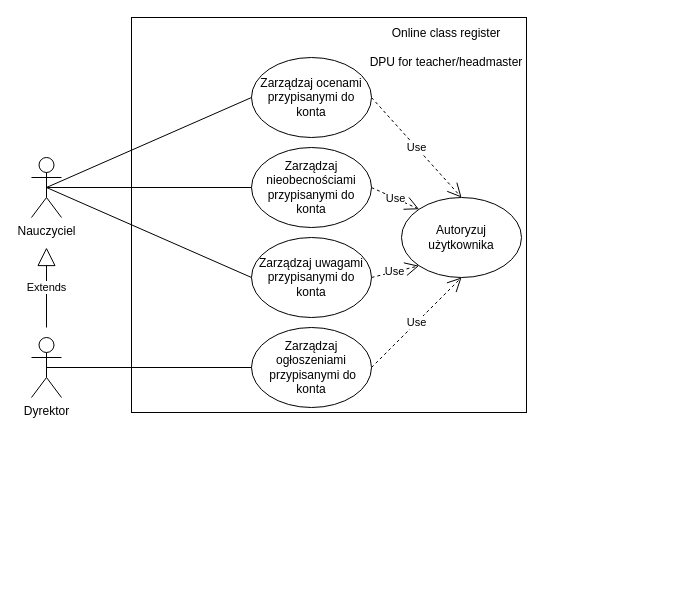
Before: Documentation/diagrams/drawio_executable/DPU_Teacher_Headmaster.drawio in CezaryDobrenko/online-grade-book, a draw.io diagram. Source tidied: cells renumbered, new cells numbered last; positions are measured from the earlier drawing's top-left corner, leaving out a move shared by most shapes. Both pictures are drawn from the tidied source at 100%, with x=0, y=0 at pixel (31, 17).
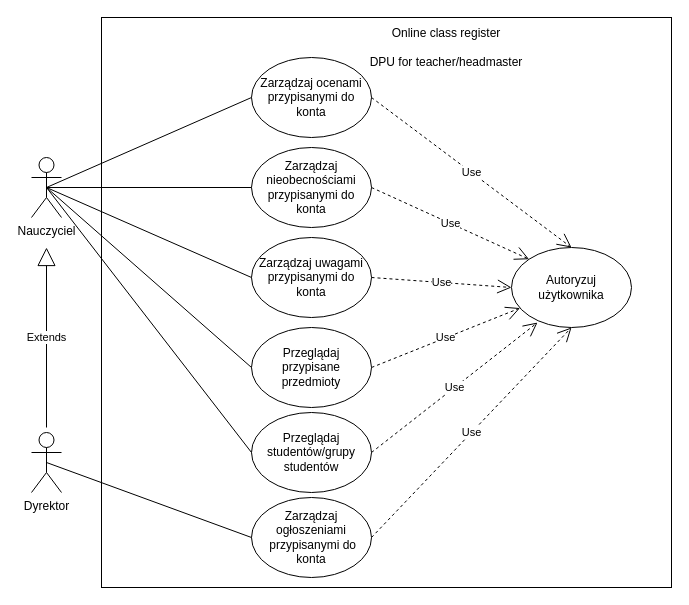
After the change.

The change refers to these unchanged cells:
```xml
<mxCell id="5" value="Nauczyciel" style="shape=umlActor;verticalLabelPosition=bottom;verticalAlign=top;html=1;outlineConnect=0;" parent="1" vertex="1">
  <mxGeometry y="140" width="30" height="60" as="geometry" />
</mxCell>
<mxCell id="7" value="Zarządzaj uwagami&lt;br&gt;przypisanymi do konta" style="ellipse;whiteSpace=wrap;html=1;" parent="1" vertex="1">
  <mxGeometry x="220" y="220" width="120" height="80" as="geometry" />
</mxCell>
```

The edit, as a diff of the source:
```diff
@@
     <mxCell id="2" style="whiteSpace=wrap;html=1;" parent="1" vertex="1">
-      <mxGeometry x="100" width="395" height="395" as="geometry" />
+      <mxGeometry x="70" width="570" height="570" as="geometry" />
     </mxCell>
@@
     <mxCell id="4" value="Dyrektor" style="shape=umlActor;verticalLabelPosition=bottom;verticalAlign=top;html=1;outlineConnect=0;" parent="1" vertex="1">
-      <mxGeometry y="320" width="30" height="60" as="geometry" />
+      <mxGeometry y="415" width="30" height="60" as="geometry" />
     </mxCell>
@@
     <mxCell id="6" value="Zarządzaj ogłoszeniami&lt;br&gt;&amp;nbsp;przypisanymi do konta" style="ellipse;whiteSpace=wrap;html=1;" parent="1" vertex="1">
-      <mxGeometry x="220" y="310" width="120" height="80" as="geometry" />
+      <mxGeometry x="220" y="480" width="120" height="80" as="geometry" />
     </mxCell>
@@
     <mxCell id="14" value="Extends" style="endArrow=block;endSize=16;endFill=0;html=1;" parent="1" edge="1">
       <mxGeometry relative="1" as="geometry">
-        <mxPoint x="15" y="310" as="sourcePoint" />
+        <mxPoint x="15" y="410" as="sourcePoint" />
         <mxPoint x="15" y="230" as="targetPoint" />
       </mxGeometry>
     </mxCell>
     <mxCell id="15" value="Autoryzuj użytkownika" style="ellipse;whiteSpace=wrap;html=1;" parent="1" vertex="1">
-      <mxGeometry x="370" y="180" width="120" height="80" as="geometry" />
+      <mxGeometry x="480" y="230" width="120" height="80" as="geometry" />
     </mxCell>
-    <mxCell id="16" value="Use" style="endArrow=open;endSize=12;dashed=1;html=1;exitX=1;exitY=0.5;exitDx=0;exitDy=0;entryX=0;entryY=1;entryDx=0;entryDy=0;" parent="1" edge="1" source="7" target="15">
+    <mxCell id="16" value="Use" style="endArrow=open;endSize=12;dashed=1;html=1;exitX=1;exitY=0.5;exitDx=0;exitDy=0;entryX=0;entryY=0.5;entryDx=0;entryDy=0;" parent="1" edge="1" source="7" target="15">
       <mxGeometry relative="1" as="geometry" />
     </mxCell>
@@
+    <mxCell id="20" value="Przeglądaj przypisane przedmioty" style="ellipse;whiteSpace=wrap;html=1;" parent="1" vertex="1">
+      <mxGeometry x="220" y="310" width="120" height="80" as="geometry" />
+    </mxCell>
+    <mxCell id="21" style="endArrow=none;html=1;entryX=0;entryY=0.5;entryDx=0;entryDy=0;exitX=0.5;exitY=0.5;exitDx=0;exitDy=0;exitPerimeter=0;" parent="1" edge="1" source="5" target="20">
+      <mxGeometry relative="1" as="geometry" />
+    </mxCell>
+    <mxCell id="22" value="Use" style="endArrow=open;endSize=12;dashed=1;html=1;exitX=1;exitY=0.5;exitDx=0;exitDy=0;" parent="1" edge="1" source="20" target="15">
+      <mxGeometry relative="1" as="geometry" />
+    </mxCell>
+    <mxCell id="23" value="Przeglądaj studentów/grupy studentów" style="ellipse;whiteSpace=wrap;html=1;" parent="1" vertex="1">
+      <mxGeometry x="220" y="395" width="120" height="80" as="geometry" />
+    </mxCell>
+    <mxCell id="24" value="Use" style="endArrow=open;endSize=12;dashed=1;html=1;exitX=1;exitY=0.5;exitDx=0;exitDy=0;entryX=0.217;entryY=0.938;entryDx=0;entryDy=0;entryPerimeter=0;" parent="1" edge="1" source="23" target="15">
+      <mxGeometry relative="1" as="geometry" />
+    </mxCell>
+    <mxCell id="25" style="endArrow=none;html=1;entryX=0;entryY=0.5;entryDx=0;entryDy=0;exitX=0.5;exitY=0.5;exitDx=0;exitDy=0;exitPerimeter=0;" parent="1" edge="1" source="5" target="23">
+      <mxGeometry relative="1" as="geometry" />
+    </mxCell>
```
